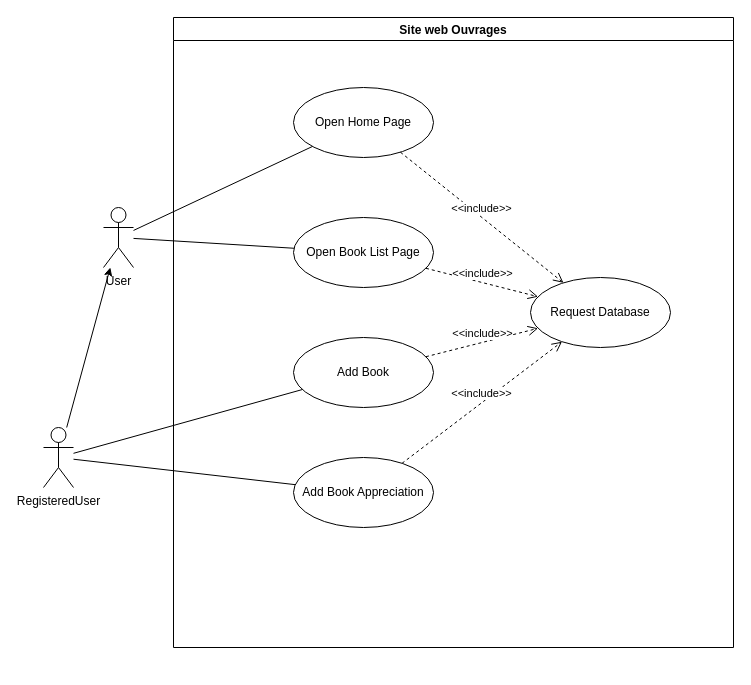
The draw.io diagram 01-Documents/UML/01-UseCase/D-P_Web2-AurélienDevaud-UMLUseCase.drawio in dam277/P_Web_2, before the edit. Source tidied: cells renumbered, new cells numbered last; positions are measured from the earlier drawing's top-left corner, leaving out a move shared by most shapes. Both pictures are drawn from the tidied source at 100%, with x=0, y=0 at pixel (43, 17).
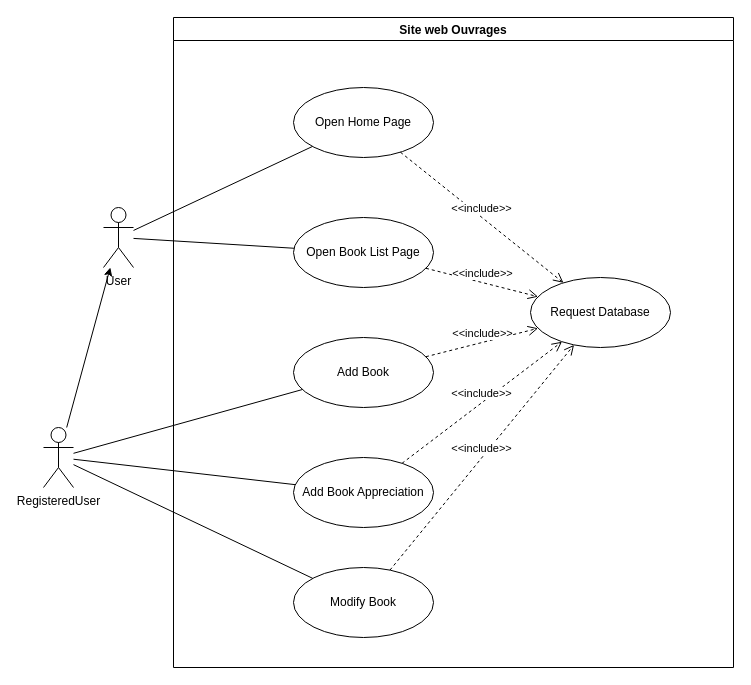
After the change.

The change refers to these unchanged cells:
```xml
<mxCell id="7" value="Request Database" style="ellipse;whiteSpace=wrap;html=1;" parent="2" vertex="1">
  <mxGeometry x="357" y="260" width="140" height="70" as="geometry" />
</mxCell>
<mxCell id="12" value="RegisteredUser" style="shape=umlActor;verticalLabelPosition=bottom;verticalAlign=top;html=1;outlineConnect=0;" parent="1" vertex="1">
  <mxGeometry y="410" width="30" height="60" as="geometry" />
</mxCell>
```

What changed in the source:
```diff
@@
     <mxCell id="2" value="Site web Ouvrages" style="swimlane;" parent="1" vertex="1">
-      <mxGeometry x="130" width="560" height="630" as="geometry" />
+      <mxGeometry x="130" width="560" height="650" as="geometry" />
     </mxCell>
@@
+    <mxCell id="19" value="Modify Book" style="ellipse;whiteSpace=wrap;html=1;" parent="2" vertex="1">
+      <mxGeometry x="120" y="550" width="140" height="70" as="geometry" />
+    </mxCell>
+    <mxCell id="20" value="&amp;lt;&amp;lt;include&amp;gt;&amp;gt;" style="html=1;verticalAlign=bottom;endArrow=open;dashed=1;endSize=8;rounded=0;" parent="2" edge="1" source="19" target="7">
+      <mxGeometry relative="1" as="geometry" />
+    </mxCell>
@@
+    <mxCell id="21" style="endArrow=none;html=1;rounded=0;" parent="1" edge="1" source="12" target="19">
+      <mxGeometry relative="1" as="geometry" />
+    </mxCell>
```
